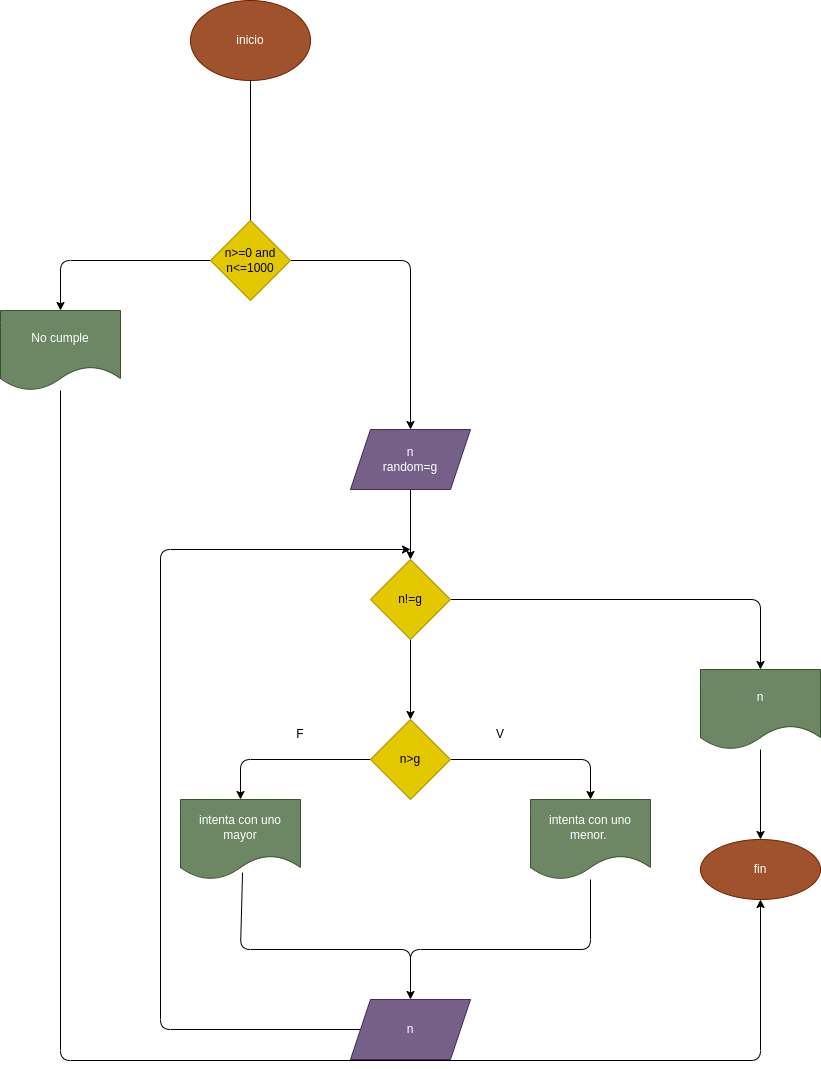
Before: diagrama.png, a diagram exported from draw.io (olarte18/adivinar_numero). Source tidied: cells renumbered, new cells last; positions are measured from the earlier drawing's top-left corner, leaving out a move shared by most shapes. The source it was exported from:
```xml
<mxGraphModel>
  <root>
    <mxCell id="0" />
    <mxCell id="1" parent="0" />
    <mxCell id="2" style="edgeStyle=none;html=1;" parent="1" edge="1" source="3" target="5">
      <mxGeometry relative="1" as="geometry">
        <Array as="points">
          <mxPoint x="250" y="260" />
          <mxPoint x="410" y="260" />
        </Array>
      </mxGeometry>
    </mxCell>
    <mxCell id="3" value="inicio" style="ellipse;whiteSpace=wrap;html=1;fillColor=#a0522d;fontColor=#ffffff;strokeColor=#6D1F00;" parent="1" vertex="1">
      <mxGeometry x="190" width="120" height="80" as="geometry" />
    </mxCell>
    <mxCell id="4" style="edgeStyle=none;html=1;" parent="1" edge="1" source="5" target="8">
      <mxGeometry relative="1" as="geometry" />
    </mxCell>
    <mxCell id="5" value="n&lt;br&gt;random=g" style="shape=parallelogram;perimeter=parallelogramPerimeter;whiteSpace=wrap;html=1;fixedSize=1;fillColor=#76608a;fontColor=#ffffff;strokeColor=#432D57;" parent="1" vertex="1">
      <mxGeometry x="350" y="429" width="120" height="60" as="geometry" />
    </mxCell>
    <mxCell id="6" style="edgeStyle=none;html=1;" parent="1" edge="1" source="8" target="11">
      <mxGeometry relative="1" as="geometry" />
    </mxCell>
    <mxCell id="7" style="edgeStyle=none;html=1;exitX=1;exitY=0.5;exitDx=0;exitDy=0;" parent="1" edge="1" source="8" target="21">
      <mxGeometry relative="1" as="geometry">
        <Array as="points">
          <mxPoint x="760" y="599" />
        </Array>
      </mxGeometry>
    </mxCell>
    <mxCell id="8" value="n!=g" style="rhombus;whiteSpace=wrap;html=1;fillColor=#e3c800;fontColor=#000000;strokeColor=#B09500;" parent="1" vertex="1">
      <mxGeometry x="370" y="559" width="80" height="80" as="geometry" />
    </mxCell>
    <mxCell id="9" style="edgeStyle=none;html=1;exitX=1;exitY=0.5;exitDx=0;exitDy=0;" parent="1" edge="1" source="11" target="13">
      <mxGeometry relative="1" as="geometry">
        <Array as="points">
          <mxPoint x="590" y="759" />
        </Array>
      </mxGeometry>
    </mxCell>
    <mxCell id="10" style="edgeStyle=none;html=1;exitX=0;exitY=0.5;exitDx=0;exitDy=0;" parent="1" edge="1" source="11" target="14">
      <mxGeometry relative="1" as="geometry">
        <Array as="points">
          <mxPoint x="240" y="759" />
        </Array>
      </mxGeometry>
    </mxCell>
    <mxCell id="11" value="n&amp;gt;g" style="rhombus;whiteSpace=wrap;html=1;fillColor=#e3c800;fontColor=#000000;strokeColor=#B09500;" parent="1" vertex="1">
      <mxGeometry x="370" y="719" width="80" height="80" as="geometry" />
    </mxCell>
    <mxCell id="12" style="edgeStyle=none;html=1;" parent="1" edge="1" source="13">
      <mxGeometry relative="1" as="geometry">
        <mxPoint x="410" y="999" as="targetPoint" />
        <Array as="points">
          <mxPoint x="590" y="949" />
          <mxPoint x="410" y="949" />
        </Array>
      </mxGeometry>
    </mxCell>
    <mxCell id="13" value="intenta con uno menor.&amp;nbsp;" style="shape=document;whiteSpace=wrap;html=1;boundedLbl=1;fillColor=#6d8764;fontColor=#ffffff;strokeColor=#3A5431;" parent="1" vertex="1">
      <mxGeometry x="530" y="799" width="120" height="80" as="geometry" />
    </mxCell>
    <mxCell id="14" value="intenta con uno mayor" style="shape=document;whiteSpace=wrap;html=1;boundedLbl=1;fillColor=#6d8764;fontColor=#ffffff;strokeColor=#3A5431;" parent="1" vertex="1">
      <mxGeometry x="180" y="799" width="120" height="80" as="geometry" />
    </mxCell>
    <mxCell id="15" value="F" style="text;html=1;strokeColor=none;fillColor=none;align=center;verticalAlign=middle;whiteSpace=wrap;rounded=0;" parent="1" vertex="1">
      <mxGeometry x="270" y="719" width="60" height="30" as="geometry" />
    </mxCell>
    <mxCell id="16" value="V" style="text;html=1;strokeColor=none;fillColor=none;align=center;verticalAlign=middle;whiteSpace=wrap;rounded=0;" parent="1" vertex="1">
      <mxGeometry x="470" y="719" width="60" height="30" as="geometry" />
    </mxCell>
    <mxCell id="17" style="endArrow=none;html=1;exitX=0.517;exitY=0.913;exitDx=0;exitDy=0;exitPerimeter=0;" parent="1" edge="1" source="14">
      <mxGeometry relative="1" as="geometry">
        <mxPoint x="410" y="969" as="targetPoint" />
        <Array as="points">
          <mxPoint x="240" y="949" />
          <mxPoint x="410" y="949" />
        </Array>
      </mxGeometry>
    </mxCell>
    <mxCell id="18" style="edgeStyle=none;html=1;exitX=0;exitY=0.5;exitDx=0;exitDy=0;" parent="1" edge="1" source="19">
      <mxGeometry relative="1" as="geometry">
        <mxPoint x="410" y="549" as="targetPoint" />
        <Array as="points">
          <mxPoint x="160" y="1029" />
          <mxPoint x="160" y="549" />
        </Array>
      </mxGeometry>
    </mxCell>
    <mxCell id="19" value="n" style="shape=parallelogram;perimeter=parallelogramPerimeter;whiteSpace=wrap;html=1;fixedSize=1;fillColor=#76608a;fontColor=#ffffff;strokeColor=#432D57;" parent="1" vertex="1">
      <mxGeometry x="350" y="999" width="120" height="60" as="geometry" />
    </mxCell>
    <mxCell id="20" style="edgeStyle=none;html=1;" parent="1" edge="1" source="21" target="22">
      <mxGeometry relative="1" as="geometry" />
    </mxCell>
    <mxCell id="21" value="n" style="shape=document;whiteSpace=wrap;html=1;boundedLbl=1;fillColor=#6d8764;fontColor=#ffffff;strokeColor=#3A5431;" parent="1" vertex="1">
      <mxGeometry x="700" y="669" width="120" height="80" as="geometry" />
    </mxCell>
    <mxCell id="22" value="fin" style="ellipse;whiteSpace=wrap;html=1;fillColor=#a0522d;fontColor=#ffffff;strokeColor=#6D1F00;" parent="1" vertex="1">
      <mxGeometry x="700" y="839" width="120" height="60" as="geometry" />
    </mxCell>
    <mxCell id="23" style="edgeStyle=none;html=1;exitX=0;exitY=0.5;exitDx=0;exitDy=0;" parent="1" edge="1" source="24" target="26">
      <mxGeometry relative="1" as="geometry">
        <Array as="points">
          <mxPoint x="60" y="260" />
        </Array>
      </mxGeometry>
    </mxCell>
    <mxCell id="24" value="n&amp;gt;=0 and n&amp;lt;=1000" style="rhombus;whiteSpace=wrap;html=1;fillColor=#e3c800;fontColor=#000000;strokeColor=#B09500;" parent="1" vertex="1">
      <mxGeometry x="210" y="220" width="80" height="80" as="geometry" />
    </mxCell>
    <mxCell id="25" style="edgeStyle=none;html=1;entryX=0.5;entryY=1;entryDx=0;entryDy=0;" parent="1" edge="1" source="26" target="22">
      <mxGeometry relative="1" as="geometry">
        <Array as="points">
          <mxPoint x="60" y="1060" />
          <mxPoint x="760" y="1060" />
        </Array>
      </mxGeometry>
    </mxCell>
    <mxCell id="26" value="No cumple" style="shape=document;whiteSpace=wrap;html=1;boundedLbl=1;fillColor=#6d8764;fontColor=#ffffff;strokeColor=#3A5431;" parent="1" vertex="1">
      <mxGeometry y="310" width="120" height="80" as="geometry" />
    </mxCell>
  </root>
</mxGraphModel>
```
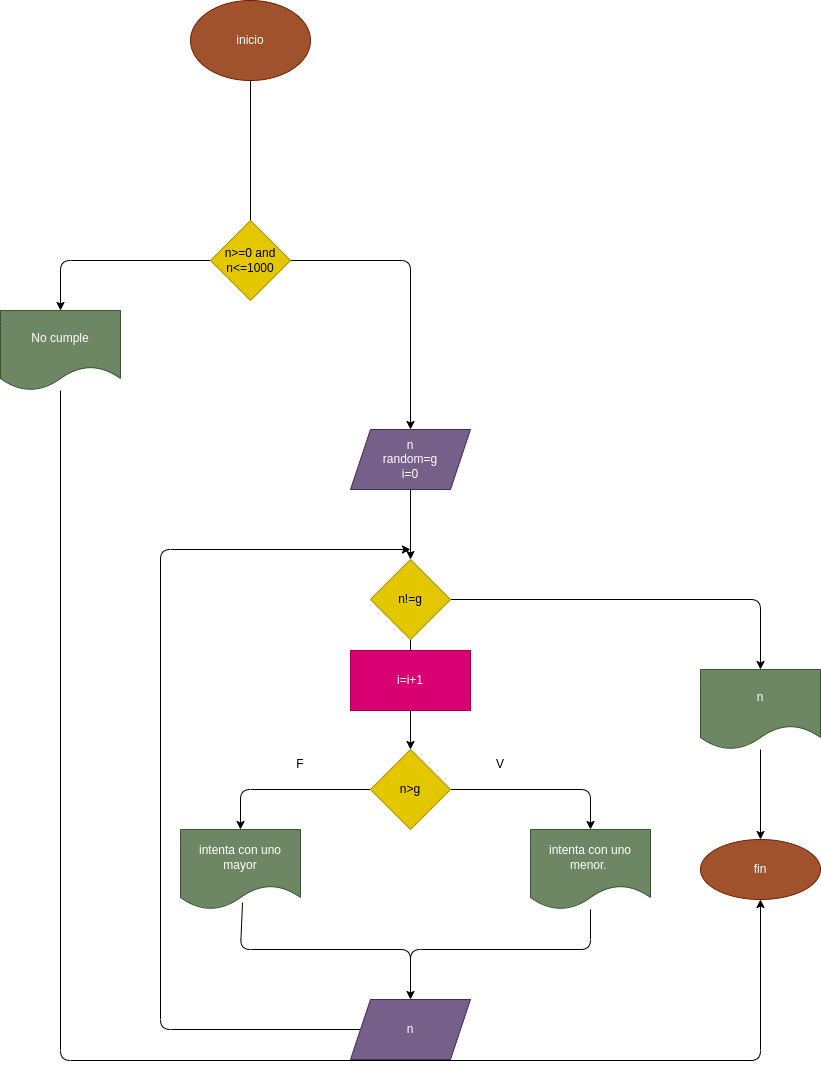
Later version of the same file.

What changed in the source:
```diff
@@ -16,7 +16,7 @@
     <mxCell id="4" style="edgeStyle=none;html=1;" parent="1" edge="1" source="5" target="8">
       <mxGeometry relative="1" as="geometry" />
     </mxCell>
-    <mxCell id="5" value="n&lt;br&gt;random=g" style="shape=parallelogram;perimeter=parallelogramPerimeter;whiteSpace=wrap;html=1;fixedSize=1;fillColor=#76608a;fontColor=#ffffff;strokeColor=#432D57;" parent="1" vertex="1">
+    <mxCell id="5" value="n&lt;br&gt;random=g&lt;br&gt;i=0" style="shape=parallelogram;perimeter=parallelogramPerimeter;whiteSpace=wrap;html=1;fixedSize=1;fillColor=#76608a;fontColor=#ffffff;strokeColor=#432D57;" parent="1" vertex="1">
       <mxGeometry x="350" y="429" width="120" height="60" as="geometry" />
     </mxCell>
     <mxCell id="6" style="edgeStyle=none;html=1;" parent="1" edge="1" source="8" target="11">
@@ -35,19 +35,19 @@
     <mxCell id="9" style="edgeStyle=none;html=1;exitX=1;exitY=0.5;exitDx=0;exitDy=0;" parent="1" edge="1" source="11" target="13">
       <mxGeometry relative="1" as="geometry">
         <Array as="points">
-          <mxPoint x="590" y="759" />
+          <mxPoint x="590" y="789" />
         </Array>
       </mxGeometry>
     </mxCell>
     <mxCell id="10" style="edgeStyle=none;html=1;exitX=0;exitY=0.5;exitDx=0;exitDy=0;" parent="1" edge="1" source="11" target="14">
       <mxGeometry relative="1" as="geometry">
         <Array as="points">
-          <mxPoint x="240" y="759" />
+          <mxPoint x="240" y="789" />
         </Array>
       </mxGeometry>
     </mxCell>
     <mxCell id="11" value="n&amp;gt;g" style="rhombus;whiteSpace=wrap;html=1;fillColor=#e3c800;fontColor=#000000;strokeColor=#B09500;" parent="1" vertex="1">
-      <mxGeometry x="370" y="719" width="80" height="80" as="geometry" />
+      <mxGeometry x="370" y="749" width="80" height="80" as="geometry" />
     </mxCell>
     <mxCell id="12" style="edgeStyle=none;html=1;" parent="1" edge="1" source="13">
       <mxGeometry relative="1" as="geometry">
@@ -59,16 +59,16 @@
       </mxGeometry>
     </mxCell>
     <mxCell id="13" value="intenta con uno menor.&amp;nbsp;" style="shape=document;whiteSpace=wrap;html=1;boundedLbl=1;fillColor=#6d8764;fontColor=#ffffff;strokeColor=#3A5431;" parent="1" vertex="1">
-      <mxGeometry x="530" y="799" width="120" height="80" as="geometry" />
+      <mxGeometry x="530" y="829" width="120" height="80" as="geometry" />
     </mxCell>
     <mxCell id="14" value="intenta con uno mayor" style="shape=document;whiteSpace=wrap;html=1;boundedLbl=1;fillColor=#6d8764;fontColor=#ffffff;strokeColor=#3A5431;" parent="1" vertex="1">
-      <mxGeometry x="180" y="799" width="120" height="80" as="geometry" />
+      <mxGeometry x="180" y="829" width="120" height="80" as="geometry" />
     </mxCell>
     <mxCell id="15" value="F" style="text;html=1;strokeColor=none;fillColor=none;align=center;verticalAlign=middle;whiteSpace=wrap;rounded=0;" parent="1" vertex="1">
-      <mxGeometry x="270" y="719" width="60" height="30" as="geometry" />
+      <mxGeometry x="270" y="749" width="60" height="30" as="geometry" />
     </mxCell>
     <mxCell id="16" value="V" style="text;html=1;strokeColor=none;fillColor=none;align=center;verticalAlign=middle;whiteSpace=wrap;rounded=0;" parent="1" vertex="1">
-      <mxGeometry x="470" y="719" width="60" height="30" as="geometry" />
+      <mxGeometry x="470" y="749" width="60" height="30" as="geometry" />
     </mxCell>
     <mxCell id="17" style="endArrow=none;html=1;exitX=0.517;exitY=0.913;exitDx=0;exitDy=0;exitPerimeter=0;" parent="1" edge="1" source="14">
       <mxGeometry relative="1" as="geometry">
@@ -121,5 +121,8 @@
     <mxCell id="26" value="No cumple" style="shape=document;whiteSpace=wrap;html=1;boundedLbl=1;fillColor=#6d8764;fontColor=#ffffff;strokeColor=#3A5431;" parent="1" vertex="1">
       <mxGeometry y="310" width="120" height="80" as="geometry" />
     </mxCell>
+    <mxCell id="27" value="i=i+1" style="rounded=0;whiteSpace=wrap;html=1;fillColor=#d80073;fontColor=#ffffff;strokeColor=#A50040;" parent="1" vertex="1">
+      <mxGeometry x="350" y="650" width="120" height="60" as="geometry" />
+    </mxCell>
   </root>
 </mxGraphModel>
```
